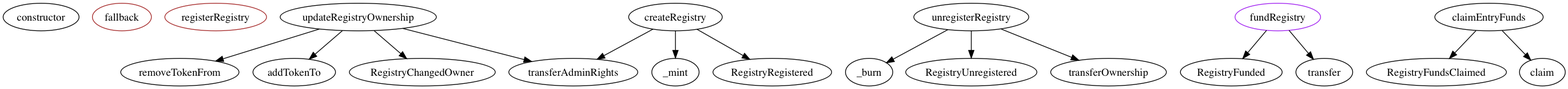
Before: docs/graphs/chaingear/chaingear.png, a diagram exported from Graphviz (cybercongress/chaingear). Its source is kept beside it as docs/graphs/chaingear/chaingear.dot.
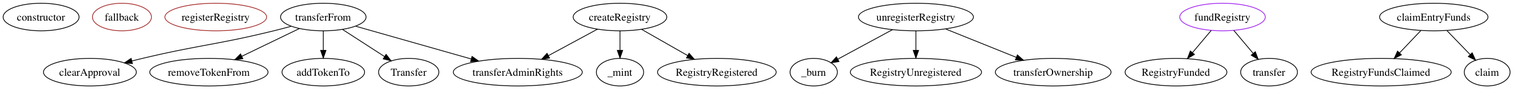
Above is the later version.

Change to the diagram source:
```diff
@@ -2,11 +2,12 @@
   constructor
   fallback [color=brown]
   registerRegistry [color=brown]
-  updateRegistryOwnership
+  transferFrom
+  clearApproval
   removeTokenFrom
   addTokenTo
-  RegistryChangedOwner
   transferAdminRights
+  Transfer
   unregisterRegistry
   _burn
   RegistryUnregistered
@@ -20,10 +21,11 @@
   createRegistry
   _mint
   RegistryRegistered
-  updateRegistryOwnership -> removeTokenFrom
-  updateRegistryOwnership -> addTokenTo
-  updateRegistryOwnership -> RegistryChangedOwner
-  updateRegistryOwnership -> transferAdminRights
+  transferFrom -> clearApproval
+  transferFrom -> removeTokenFrom
+  transferFrom -> addTokenTo
+  transferFrom -> transferAdminRights
+  transferFrom -> Transfer
   unregisterRegistry -> _burn
   unregisterRegistry -> RegistryUnregistered
   unregisterRegistry -> transferOwnership
```
